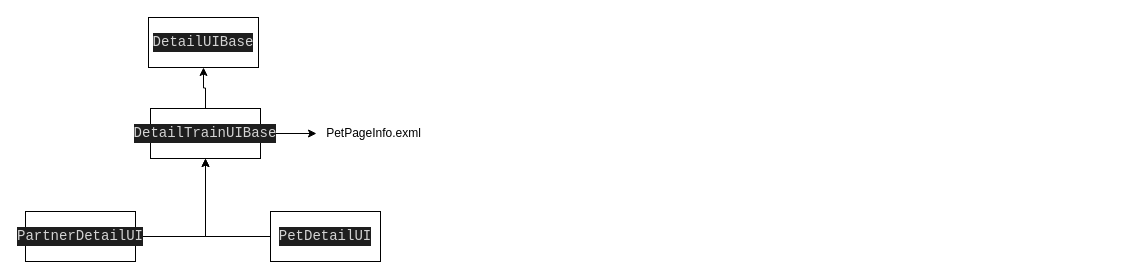
This is page "伙伴&守护" (4 of 4) of G123/G123.drawio from breezerzxq/Diagram, a draw.io file, before an edit. Source tidied: cells renumbered, new cells numbered last; positions are measured from the earlier drawing's top-left corner, leaving out a move shared by most shapes. Both pictures are drawn from the tidied source at 100%, with x=0, y=0 at pixel (25, 17).
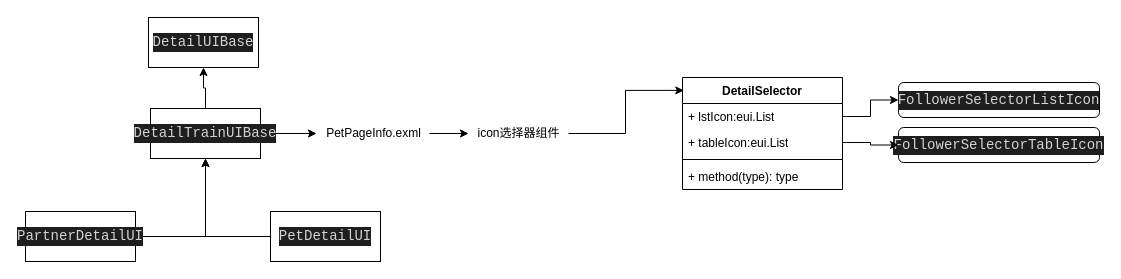
The same page after the edit.

Unchanged cells that the change refers to:
```xml
<mxCell id="10" value="PetPageInfo.exml" style="text;html=1;align=center;verticalAlign=middle;points=[];strokeColor=none;fillColor=none;" parent="1" vertex="1">
  <mxGeometry x="291" y="103" width="113" height="26" as="geometry" />
</mxCell>
```

The edit, as a diff of the source:
```diff
@@
+    <mxCell id="11" style="edgeStyle=orthogonalEdgeStyle;rounded=0;jettySize=auto;html=1;" parent="1" edge="1" source="10" target="18">
+      <mxGeometry relative="1" as="geometry" />
+    </mxCell>
@@
+    <mxCell id="12" value="DetailSelector" style="swimlane;fontStyle=1;align=center;verticalAlign=top;horizontal=1;startSize=26;whiteSpace=wrap;html=1;" parent="1" vertex="1">
+      <mxGeometry x="657" y="60" width="160" height="112" as="geometry" />
+    </mxCell>
+    <mxCell id="13" value="+ lstIcon:eui.List" style="text;strokeColor=none;fillColor=none;align=left;verticalAlign=top;spacingLeft=4;spacingRight=4;overflow=hidden;points=[[0,0.5],[1,0.5]];portConstraint=eastwest;whiteSpace=wrap;html=1;" parent="12" vertex="1">
+      <mxGeometry y="26" width="160" height="26" as="geometry" />
+    </mxCell>
+    <mxCell id="14" value="+ tableIcon:eui.List" style="text;strokeColor=none;fillColor=none;align=left;verticalAlign=top;spacingLeft=4;spacingRight=4;overflow=hidden;points=[[0,0.5],[1,0.5]];portConstraint=eastwest;whiteSpace=wrap;html=1;" parent="12" vertex="1">
+      <mxGeometry y="52" width="160" height="26" as="geometry" />
+    </mxCell>
+    <mxCell id="15" style="line;strokeWidth=1;fillColor=none;align=left;verticalAlign=middle;spacingTop=-1;spacingLeft=3;spacingRight=3;labelPosition=right;strokeColor=inherit;" parent="12" vertex="1">
+      <mxGeometry y="78" width="160" height="8" as="geometry" />
+    </mxCell>
+    <mxCell id="16" value="+ method(type): type" style="text;strokeColor=none;fillColor=none;align=left;verticalAlign=top;spacingLeft=4;spacingRight=4;overflow=hidden;whiteSpace=wrap;html=1;" parent="12" vertex="1">
+      <mxGeometry y="86" width="160" height="26" as="geometry" />
+    </mxCell>
+    <mxCell id="17" style="edgeStyle=orthogonalEdgeStyle;rounded=0;jettySize=auto;html=1;entryX=0.008;entryY=0.115;entryDx=0;entryDy=0;entryPerimeter=0;" parent="1" edge="1" source="18" target="12">
+      <mxGeometry relative="1" as="geometry" />
+    </mxCell>
+    <mxCell id="18" value="icon选择器组件" style="text;html=1;align=center;verticalAlign=middle;points=[];strokeColor=none;fillColor=none;" parent="1" vertex="1">
+      <mxGeometry x="443" y="103" width="100" height="26" as="geometry" />
+    </mxCell>
+    <mxCell id="19" value="&lt;div style=&quot;color: rgb(212, 212, 212); background-color: rgb(30, 30, 30); font-family: Consolas, &amp;quot;Courier New&amp;quot;, monospace; font-size: 14px; line-height: 19px;&quot;&gt;FollowerSelectorListIcon&lt;/div&gt;" style="rounded=1;whiteSpace=wrap;html=1;" parent="1" vertex="1">
+      <mxGeometry x="873" y="65" width="201" height="35" as="geometry" />
+    </mxCell>
+    <mxCell id="20" style="edgeStyle=orthogonalEdgeStyle;rounded=0;jettySize=auto;html=1;" parent="1" edge="1" source="13" target="19">
+      <mxGeometry relative="1" as="geometry" />
+    </mxCell>
+    <mxCell id="21" value="&lt;div style=&quot;color: rgb(212, 212, 212); background-color: rgb(30, 30, 30); font-family: Consolas, &amp;quot;Courier New&amp;quot;, monospace; font-size: 14px; line-height: 19px;&quot;&gt;&lt;div style=&quot;line-height: 19px;&quot;&gt;FollowerSelectorTableIcon&lt;/div&gt;&lt;/div&gt;" style="rounded=1;whiteSpace=wrap;html=1;" parent="1" vertex="1">
+      <mxGeometry x="873" y="110" width="201" height="35" as="geometry" />
+    </mxCell>
+    <mxCell id="22" style="edgeStyle=orthogonalEdgeStyle;rounded=0;jettySize=auto;html=1;" parent="1" edge="1" source="14" target="21">
+      <mxGeometry relative="1" as="geometry" />
+    </mxCell>
```
